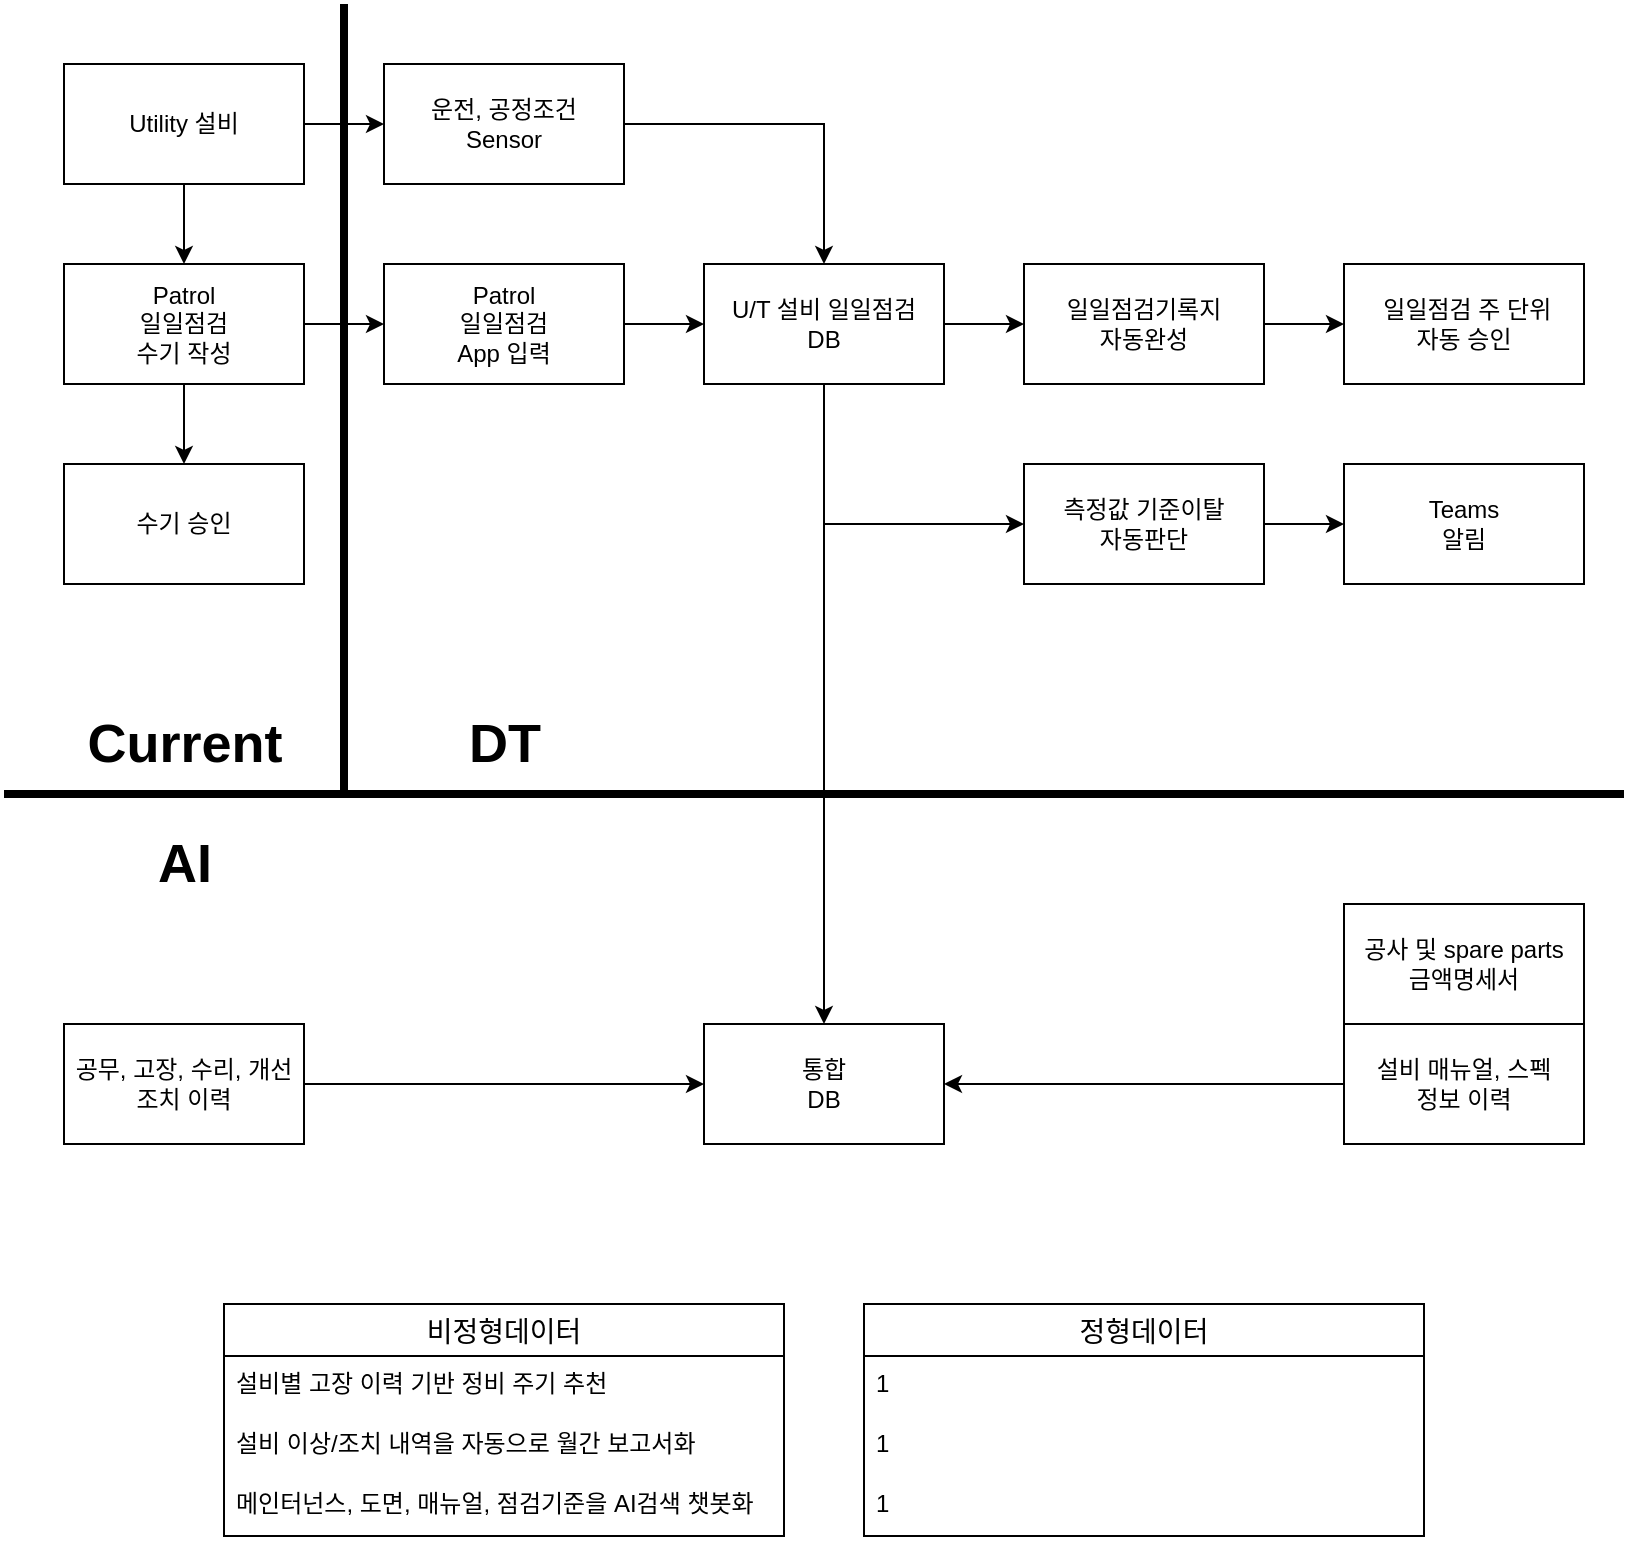
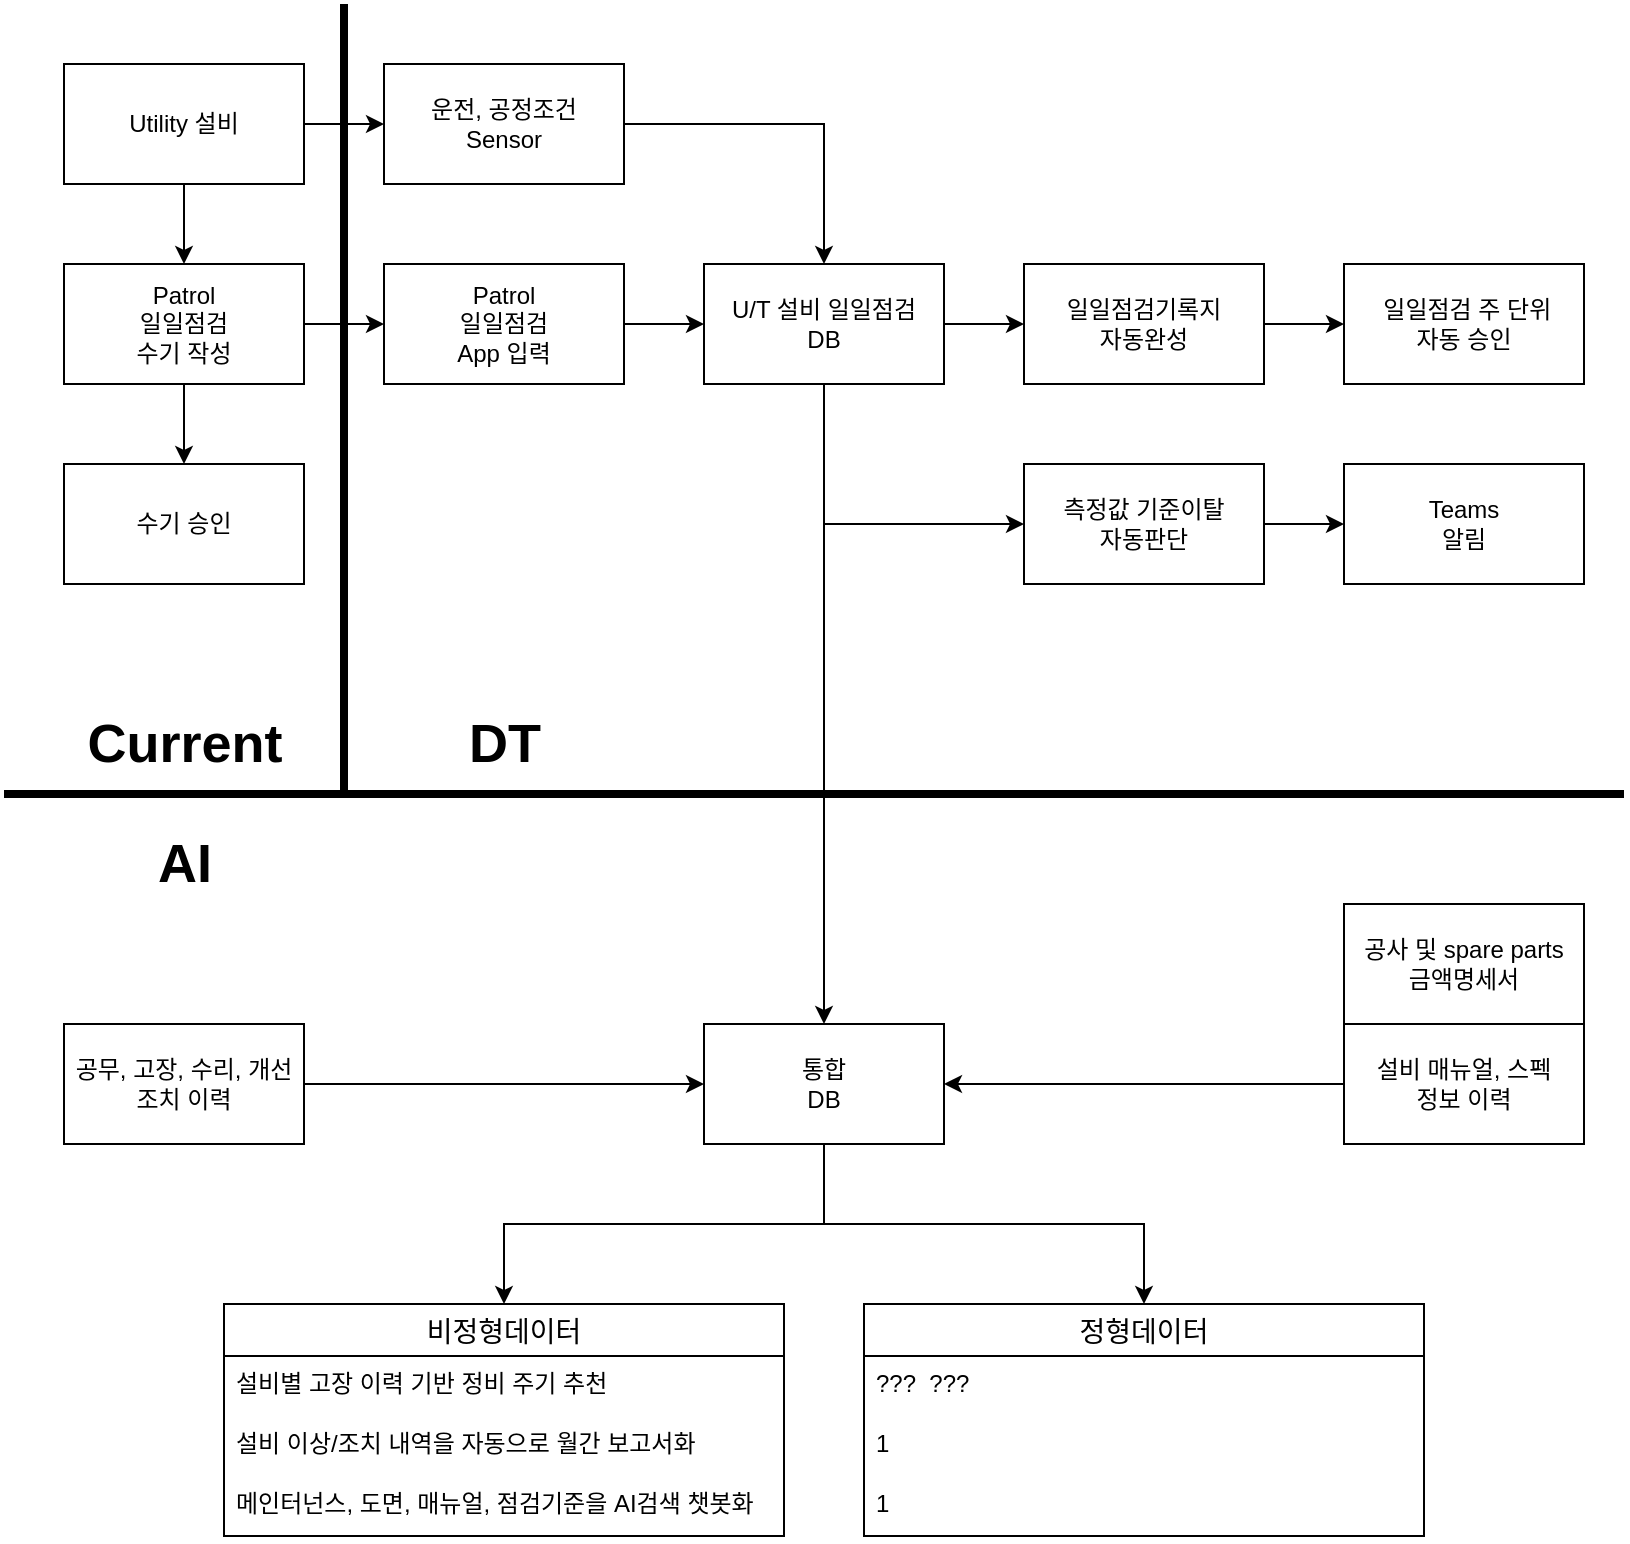
<mxfile host="app.diagrams.net">
  <diagram name="페이지-1" id="hbBFH2q6SMxpF5RrVt0E">
    <mxGraphModel dx="1480" dy="785" grid="1" gridSize="10" guides="1" tooltips="1" connect="1" arrows="1" fold="1" page="1" pageScale="1" pageWidth="827" pageHeight="1169" math="0" shadow="0">
      <root>
        <mxCell id="pjKC8Um86zf5dZzwFzlR-0" />
        <mxCell id="pjKC8Um86zf5dZzwFzlR-1" parent="pjKC8Um86zf5dZzwFzlR-0" />
        <mxCell id="1Btt57czC_aCUPyzj03j-0" edge="1" parent="pjKC8Um86zf5dZzwFzlR-1" source="1Btt57czC_aCUPyzj03j-2" style="edgeStyle=orthogonalEdgeStyle;rounded=0;orthogonalLoop=1;jettySize=auto;html=1;entryX=0.5;entryY=0;entryDx=0;entryDy=0;" target="1Btt57czC_aCUPyzj03j-5">
          <mxGeometry relative="1" as="geometry" />
        </mxCell>
        <mxCell id="1Btt57czC_aCUPyzj03j-1" edge="1" parent="pjKC8Um86zf5dZzwFzlR-1" source="1Btt57czC_aCUPyzj03j-2" style="edgeStyle=orthogonalEdgeStyle;rounded=0;orthogonalLoop=1;jettySize=auto;html=1;" target="1Btt57czC_aCUPyzj03j-31">
          <mxGeometry relative="1" as="geometry" />
        </mxCell>
        <mxCell id="1Btt57czC_aCUPyzj03j-2" parent="pjKC8Um86zf5dZzwFzlR-1" style="rounded=0;whiteSpace=wrap;html=1;" value="Utility 설비" vertex="1">
          <mxGeometry height="60" width="120" x="80" y="80" as="geometry" />
        </mxCell>
        <mxCell id="1Btt57czC_aCUPyzj03j-3" edge="1" parent="pjKC8Um86zf5dZzwFzlR-1" source="1Btt57czC_aCUPyzj03j-5" style="edgeStyle=orthogonalEdgeStyle;rounded=0;orthogonalLoop=1;jettySize=auto;html=1;entryX=0;entryY=0.5;entryDx=0;entryDy=0;" target="1Btt57czC_aCUPyzj03j-7">
          <mxGeometry relative="1" as="geometry" />
        </mxCell>
        <mxCell id="1Btt57czC_aCUPyzj03j-4" edge="1" parent="pjKC8Um86zf5dZzwFzlR-1" source="1Btt57czC_aCUPyzj03j-5" style="edgeStyle=orthogonalEdgeStyle;rounded=0;orthogonalLoop=1;jettySize=auto;html=1;entryX=0.5;entryY=0;entryDx=0;entryDy=0;" target="1Btt57czC_aCUPyzj03j-18">
          <mxGeometry relative="1" as="geometry" />
        </mxCell>
        <mxCell id="1Btt57czC_aCUPyzj03j-5" parent="pjKC8Um86zf5dZzwFzlR-1" style="rounded=0;whiteSpace=wrap;html=1;" value="Patrol&lt;div&gt;일일점검&lt;br&gt;수기 작성&lt;/div&gt;" vertex="1">
          <mxGeometry height="60" width="120" x="80" y="180" as="geometry" />
        </mxCell>
        <mxCell id="1Btt57czC_aCUPyzj03j-6" edge="1" parent="pjKC8Um86zf5dZzwFzlR-1" source="1Btt57czC_aCUPyzj03j-7" style="edgeStyle=orthogonalEdgeStyle;rounded=0;orthogonalLoop=1;jettySize=auto;html=1;entryX=0;entryY=0.5;entryDx=0;entryDy=0;" target="1Btt57czC_aCUPyzj03j-10">
          <mxGeometry relative="1" as="geometry" />
        </mxCell>
        <mxCell id="1Btt57czC_aCUPyzj03j-7" parent="pjKC8Um86zf5dZzwFzlR-1" style="rounded=0;whiteSpace=wrap;html=1;" value="Patrol&lt;div&gt;일일점검&lt;br&gt;App 입력&lt;/div&gt;" vertex="1">
          <mxGeometry height="60" width="120" x="240" y="180" as="geometry" />
        </mxCell>
        <mxCell id="1Btt57czC_aCUPyzj03j-8" edge="1" parent="pjKC8Um86zf5dZzwFzlR-1" source="1Btt57czC_aCUPyzj03j-10" style="edgeStyle=orthogonalEdgeStyle;rounded=0;orthogonalLoop=1;jettySize=auto;html=1;entryX=0;entryY=0.5;entryDx=0;entryDy=0;" target="1Btt57czC_aCUPyzj03j-12">
          <mxGeometry relative="1" as="geometry" />
        </mxCell>
        <mxCell id="1Btt57czC_aCUPyzj03j-9" edge="1" parent="pjKC8Um86zf5dZzwFzlR-1" source="1Btt57czC_aCUPyzj03j-10" style="edgeStyle=orthogonalEdgeStyle;rounded=0;orthogonalLoop=1;jettySize=auto;html=1;" target="1Btt57czC_aCUPyzj03j-24">
          <mxGeometry relative="1" as="geometry" />
        </mxCell>
        <mxCell id="1Btt57czC_aCUPyzj03j-10" parent="pjKC8Um86zf5dZzwFzlR-1" style="rounded=0;whiteSpace=wrap;html=1;" value="U/T 설비 일일점검&lt;div&gt;DB&lt;/div&gt;" vertex="1">
          <mxGeometry height="60" width="120" x="400" y="180" as="geometry" />
        </mxCell>
        <mxCell id="1Btt57czC_aCUPyzj03j-11" edge="1" parent="pjKC8Um86zf5dZzwFzlR-1" source="1Btt57czC_aCUPyzj03j-12" style="edgeStyle=orthogonalEdgeStyle;rounded=0;orthogonalLoop=1;jettySize=auto;html=1;entryX=0;entryY=0.5;entryDx=0;entryDy=0;" target="1Btt57czC_aCUPyzj03j-17">
          <mxGeometry relative="1" as="geometry" />
        </mxCell>
        <mxCell id="1Btt57czC_aCUPyzj03j-12" parent="pjKC8Um86zf5dZzwFzlR-1" style="rounded=0;whiteSpace=wrap;html=1;" value="일일점검기록지&lt;br&gt;자동완성" vertex="1">
          <mxGeometry height="60" width="120" x="560" y="180" as="geometry" />
        </mxCell>
        <mxCell id="1Btt57czC_aCUPyzj03j-13" edge="1" parent="pjKC8Um86zf5dZzwFzlR-1" source="1Btt57czC_aCUPyzj03j-15" style="edgeStyle=orthogonalEdgeStyle;rounded=0;orthogonalLoop=1;jettySize=auto;html=1;" target="1Btt57czC_aCUPyzj03j-16">
          <mxGeometry relative="1" as="geometry" />
        </mxCell>
        <mxCell id="1Btt57czC_aCUPyzj03j-14" edge="1" parent="pjKC8Um86zf5dZzwFzlR-1" source="1Btt57czC_aCUPyzj03j-15" style="edgeStyle=orthogonalEdgeStyle;rounded=0;orthogonalLoop=1;jettySize=auto;html=1;endArrow=none;endFill=0;startArrow=classic;startFill=1;">
          <mxGeometry relative="1" as="geometry">
            <mxPoint x="460" y="310" as="targetPoint" />
          </mxGeometry>
        </mxCell>
        <mxCell id="1Btt57czC_aCUPyzj03j-15" parent="pjKC8Um86zf5dZzwFzlR-1" style="rounded=0;whiteSpace=wrap;html=1;" value="측정값 기준이탈&lt;div&gt;자동판단&lt;/div&gt;" vertex="1">
          <mxGeometry height="60" width="120" x="560" y="280" as="geometry" />
        </mxCell>
        <mxCell id="1Btt57czC_aCUPyzj03j-16" parent="pjKC8Um86zf5dZzwFzlR-1" style="rounded=0;whiteSpace=wrap;html=1;" value="Teams&lt;div&gt;알림&lt;/div&gt;" vertex="1">
          <mxGeometry height="60" width="120" x="720" y="280" as="geometry" />
        </mxCell>
        <mxCell id="1Btt57czC_aCUPyzj03j-17" parent="pjKC8Um86zf5dZzwFzlR-1" style="rounded=0;whiteSpace=wrap;html=1;" value="&amp;nbsp;일일점검 주 단위&lt;div&gt;자동 승인&lt;/div&gt;" vertex="1">
          <mxGeometry height="60" width="120" x="720" y="180" as="geometry" />
        </mxCell>
        <mxCell id="1Btt57czC_aCUPyzj03j-18" parent="pjKC8Um86zf5dZzwFzlR-1" style="rounded=0;whiteSpace=wrap;html=1;" value="수기 승인" vertex="1">
          <mxGeometry height="60" width="120" x="80" y="280" as="geometry" />
        </mxCell>
        <mxCell id="1Btt57czC_aCUPyzj03j-19" parent="pjKC8Um86zf5dZzwFzlR-1" style="line;strokeWidth=4;html=1;perimeter=backbonePerimeter;points=[];outlineConnect=0;" value="" vertex="1">
          <mxGeometry height="10" width="810" x="50" y="440" as="geometry" />
        </mxCell>
        <mxCell id="1Btt57czC_aCUPyzj03j-20" parent="pjKC8Um86zf5dZzwFzlR-1" style="line;strokeWidth=4;direction=south;html=1;perimeter=backbonePerimeter;points=[];outlineConnect=0;" value="" vertex="1">
          <mxGeometry height="395" width="10" x="215" y="50" as="geometry" />
        </mxCell>
        <mxCell id="1Btt57czC_aCUPyzj03j-21" parent="pjKC8Um86zf5dZzwFzlR-1" style="text;strokeColor=none;fillColor=none;html=1;fontSize=27;fontStyle=1;verticalAlign=middle;align=center;autosizeText=1;" value="Current" vertex="1">
          <mxGeometry height="40" width="160" x="60" y="400" as="geometry" />
        </mxCell>
        <mxCell id="1Btt57czC_aCUPyzj03j-22" parent="pjKC8Um86zf5dZzwFzlR-1" style="text;strokeColor=none;fillColor=none;html=1;fontSize=27;fontStyle=1;verticalAlign=middle;align=center;autosizeText=1;" value="DT" vertex="1">
          <mxGeometry height="40" width="160" x="220" y="400" as="geometry" />
        </mxCell>
        <mxCell id="1Btt57czC_aCUPyzj03j-23" parent="pjKC8Um86zf5dZzwFzlR-1" style="text;strokeColor=none;fillColor=none;html=1;fontSize=27;fontStyle=1;verticalAlign=middle;align=center;autosizeText=1;" value="AI" vertex="1">
          <mxGeometry height="40" width="160" x="60" y="460" as="geometry" />
        </mxCell>
+         <mxCell id="TVAyRjbNf5n6QXEbhyTy-0" edge="1" parent="pjKC8Um86zf5dZzwFzlR-1" source="1Btt57czC_aCUPyzj03j-24" style="edgeStyle=orthogonalEdgeStyle;rounded=0;orthogonalLoop=1;jettySize=auto;html=1;entryX=0.5;entryY=0;entryDx=0;entryDy=0;" target="1Btt57czC_aCUPyzj03j-32">
+           <mxGeometry relative="1" as="geometry" />
+         </mxCell>
+         <mxCell id="TVAyRjbNf5n6QXEbhyTy-1" edge="1" parent="pjKC8Um86zf5dZzwFzlR-1" source="1Btt57czC_aCUPyzj03j-24" style="edgeStyle=orthogonalEdgeStyle;rounded=0;orthogonalLoop=1;jettySize=auto;html=1;entryX=0.5;entryY=0;entryDx=0;entryDy=0;" target="1Btt57czC_aCUPyzj03j-36">
+           <mxGeometry relative="1" as="geometry" />
+         </mxCell>
        <mxCell id="1Btt57czC_aCUPyzj03j-24" parent="pjKC8Um86zf5dZzwFzlR-1" style="rounded=0;whiteSpace=wrap;html=1;" value="통합&lt;br&gt;&lt;div&gt;DB&lt;/div&gt;" vertex="1">
          <mxGeometry height="60" width="120" x="400" y="560" as="geometry" />
        </mxCell>
        <mxCell id="1Btt57czC_aCUPyzj03j-25" edge="1" parent="pjKC8Um86zf5dZzwFzlR-1" source="1Btt57czC_aCUPyzj03j-26" style="edgeStyle=orthogonalEdgeStyle;rounded=0;orthogonalLoop=1;jettySize=auto;html=1;entryX=1;entryY=0.5;entryDx=0;entryDy=0;" target="1Btt57czC_aCUPyzj03j-24">
          <mxGeometry relative="1" as="geometry" />
        </mxCell>
        <mxCell id="1Btt57czC_aCUPyzj03j-26" parent="pjKC8Um86zf5dZzwFzlR-1" style="rounded=0;whiteSpace=wrap;html=1;" value="설비 매뉴얼, 스펙&lt;div&gt;정보 이력&lt;/div&gt;" vertex="1">
          <mxGeometry height="60" width="120" x="720" y="560" as="geometry" />
        </mxCell>
        <mxCell id="1Btt57czC_aCUPyzj03j-27" parent="pjKC8Um86zf5dZzwFzlR-1" style="rounded=0;whiteSpace=wrap;html=1;" value="공사 및 spare parts&lt;br&gt;&lt;div&gt;금액명세서&lt;/div&gt;" vertex="1">
          <mxGeometry height="60" width="120" x="720" y="500" as="geometry" />
        </mxCell>
        <mxCell id="1Btt57czC_aCUPyzj03j-28" edge="1" parent="pjKC8Um86zf5dZzwFzlR-1" source="1Btt57czC_aCUPyzj03j-29" style="edgeStyle=orthogonalEdgeStyle;rounded=0;orthogonalLoop=1;jettySize=auto;html=1;entryX=0;entryY=0.5;entryDx=0;entryDy=0;" target="1Btt57czC_aCUPyzj03j-24">
          <mxGeometry relative="1" as="geometry" />
        </mxCell>
        <mxCell id="1Btt57czC_aCUPyzj03j-29" parent="pjKC8Um86zf5dZzwFzlR-1" style="rounded=0;whiteSpace=wrap;html=1;" value="공무, 고장, 수리, 개선&lt;div&gt;조치 이력&lt;/div&gt;" vertex="1">
          <mxGeometry height="60" width="120" x="80" y="560" as="geometry" />
        </mxCell>
        <mxCell id="1Btt57czC_aCUPyzj03j-30" edge="1" parent="pjKC8Um86zf5dZzwFzlR-1" source="1Btt57czC_aCUPyzj03j-31" style="edgeStyle=orthogonalEdgeStyle;rounded=0;orthogonalLoop=1;jettySize=auto;html=1;entryX=0.5;entryY=0;entryDx=0;entryDy=0;" target="1Btt57czC_aCUPyzj03j-10">
          <mxGeometry relative="1" as="geometry">
            <mxPoint x="460" y="110" as="targetPoint" />
          </mxGeometry>
        </mxCell>
        <mxCell id="1Btt57czC_aCUPyzj03j-31" parent="pjKC8Um86zf5dZzwFzlR-1" style="rounded=0;whiteSpace=wrap;html=1;" value="운전, 공정조건&lt;div&gt;Sensor&lt;/div&gt;" vertex="1">
          <mxGeometry height="60" width="120" x="240" y="80" as="geometry" />
        </mxCell>
        <mxCell id="1Btt57czC_aCUPyzj03j-32" parent="pjKC8Um86zf5dZzwFzlR-1" style="swimlane;fontStyle=0;childLayout=stackLayout;horizontal=1;startSize=26;horizontalStack=0;resizeParent=1;resizeParentMax=0;resizeLast=0;collapsible=1;marginBottom=0;align=center;fontSize=14;" value="비정형데이터" vertex="1">
          <mxGeometry height="116" width="280" x="160" y="700" as="geometry" />
        </mxCell>
        <mxCell id="1Btt57czC_aCUPyzj03j-33" parent="1Btt57czC_aCUPyzj03j-32" style="text;strokeColor=none;fillColor=none;spacingLeft=4;spacingRight=4;overflow=hidden;rotatable=0;points=[[0,0.5],[1,0.5]];portConstraint=eastwest;fontSize=12;whiteSpace=wrap;html=1;" value="설비별 고장 이력 기반 정비 주기 추천" vertex="1">
          <mxGeometry height="30" width="280" y="26" as="geometry" />
        </mxCell>
        <mxCell id="1Btt57czC_aCUPyzj03j-34" parent="1Btt57czC_aCUPyzj03j-32" style="text;strokeColor=none;fillColor=none;spacingLeft=4;spacingRight=4;overflow=hidden;rotatable=0;points=[[0,0.5],[1,0.5]];portConstraint=eastwest;fontSize=12;whiteSpace=wrap;html=1;" value="설비 이상/조치 내역을 자동으로 월간 보고서화" vertex="1">
          <mxGeometry height="30" width="280" y="56" as="geometry" />
        </mxCell>
        <mxCell id="1Btt57czC_aCUPyzj03j-35" parent="1Btt57czC_aCUPyzj03j-32" style="text;strokeColor=none;fillColor=none;spacingLeft=4;spacingRight=4;overflow=hidden;rotatable=0;points=[[0,0.5],[1,0.5]];portConstraint=eastwest;fontSize=12;whiteSpace=wrap;html=1;" value="메인터넌스, 도면, 매뉴얼, 점검기준을 AI검색 챗봇화" vertex="1">
          <mxGeometry height="30" width="280" y="86" as="geometry" />
        </mxCell>
        <mxCell id="1Btt57czC_aCUPyzj03j-36" parent="pjKC8Um86zf5dZzwFzlR-1" style="swimlane;fontStyle=0;childLayout=stackLayout;horizontal=1;startSize=26;horizontalStack=0;resizeParent=1;resizeParentMax=0;resizeLast=0;collapsible=1;marginBottom=0;align=center;fontSize=14;" value="정형데이터" vertex="1">
          <mxGeometry height="116" width="280" x="480" y="700" as="geometry" />
        </mxCell>
-         <mxCell id="1Btt57czC_aCUPyzj03j-37" parent="1Btt57czC_aCUPyzj03j-36" style="text;strokeColor=none;fillColor=none;spacingLeft=4;spacingRight=4;overflow=hidden;rotatable=0;points=[[0,0.5],[1,0.5]];portConstraint=eastwest;fontSize=12;whiteSpace=wrap;html=1;" value="1" vertex="1">
+         <mxCell id="1Btt57czC_aCUPyzj03j-37" parent="1Btt57czC_aCUPyzj03j-36" style="text;strokeColor=none;fillColor=none;spacingLeft=4;spacingRight=4;overflow=hidden;rotatable=0;points=[[0,0.5],[1,0.5]];portConstraint=eastwest;fontSize=12;whiteSpace=wrap;html=1;" value="???&lt;span style=&quot;white-space: pre;&quot;&gt;&#x9;&lt;/span&gt;???" vertex="1">
          <mxGeometry height="30" width="280" y="26" as="geometry" />
        </mxCell>
        <mxCell id="1Btt57czC_aCUPyzj03j-38" parent="1Btt57czC_aCUPyzj03j-36" style="text;strokeColor=none;fillColor=none;spacingLeft=4;spacingRight=4;overflow=hidden;rotatable=0;points=[[0,0.5],[1,0.5]];portConstraint=eastwest;fontSize=12;whiteSpace=wrap;html=1;" value="1" vertex="1">
          <mxGeometry height="30" width="280" y="56" as="geometry" />
        </mxCell>
        <mxCell id="1Btt57czC_aCUPyzj03j-39" parent="1Btt57czC_aCUPyzj03j-36" style="text;strokeColor=none;fillColor=none;spacingLeft=4;spacingRight=4;overflow=hidden;rotatable=0;points=[[0,0.5],[1,0.5]];portConstraint=eastwest;fontSize=12;whiteSpace=wrap;html=1;" value="1" vertex="1">
          <mxGeometry height="30" width="280" y="86" as="geometry" />
        </mxCell>
      </root>
    </mxGraphModel>
  </diagram>
</mxfile>
